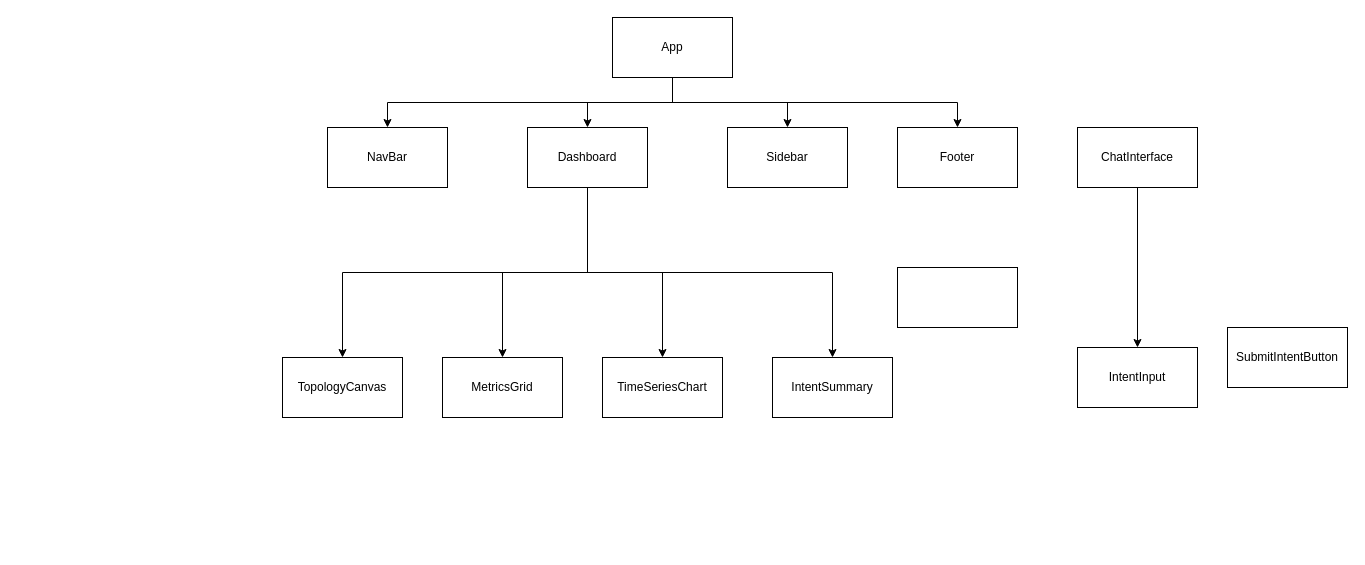
Earlier version of the draw.io diagram diagram/fyp-frontend-design.drawio (THenryInGH/FYP). Source tidied: cells renumbered, new cells numbered last; positions are measured from the earlier drawing's top-left corner, leaving out a move shared by most shapes. Both pictures are drawn from the tidied source at 100%, with x=0, y=0 at pixel (282, 17).
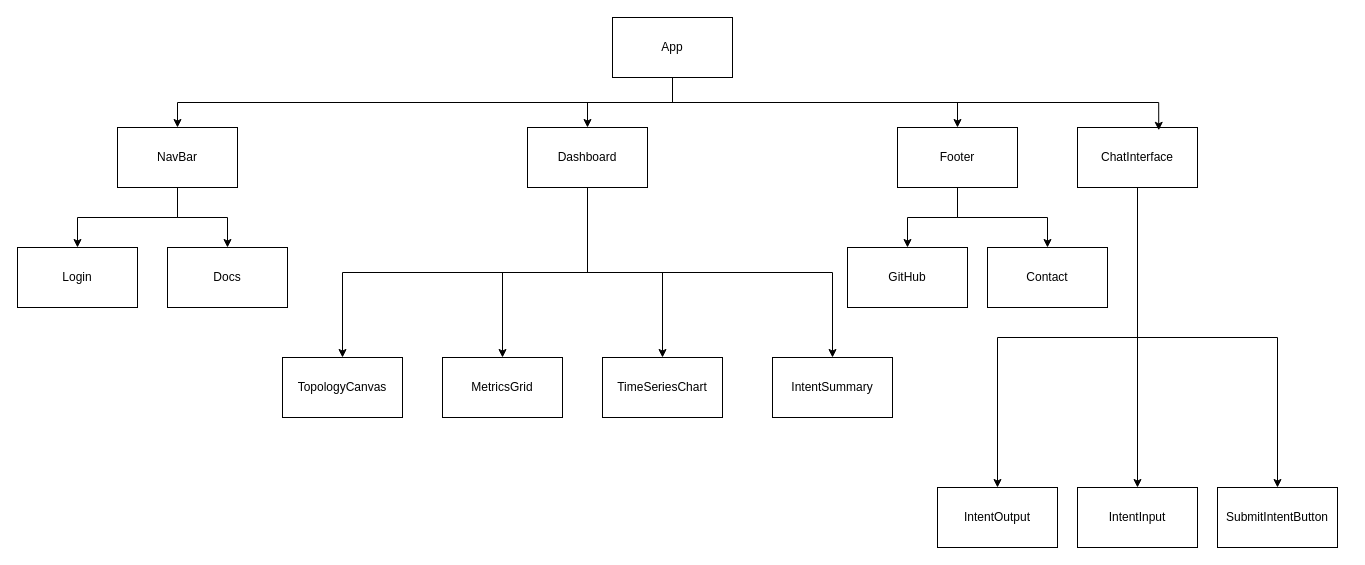
The same diagram, later.

The change refers to these unchanged cells:
```xml
<mxCell id="6" value="App" style="rounded=0;whiteSpace=wrap;html=1;" parent="1" vertex="1">
  <mxGeometry x="330" width="120" height="60" as="geometry" />
</mxCell>
<mxCell id="9" value="Footer" style="whiteSpace=wrap;html=1;" parent="1" vertex="1">
  <mxGeometry x="615" y="110" width="120" height="60" as="geometry" />
</mxCell>
<mxCell id="20" value="ChatInterface" style="whiteSpace=wrap;html=1;" parent="1" vertex="1">
  <mxGeometry x="795" y="110" width="120" height="60" as="geometry" />
</mxCell>
```

The edit, as a diff of the source:
```diff
@@
-    <mxCell id="2" style="edgeStyle=orthogonalEdgeStyle;rounded=0;jettySize=auto;html=1;" parent="1" edge="1" source="6" target="8">
-      <mxGeometry relative="1" as="geometry" />
-    </mxCell>
@@
+    <mxCell id="24" style="edgeStyle=orthogonalEdgeStyle;rounded=0;jettySize=auto;html=1;" parent="1" edge="1" source="7" target="33">
+      <mxGeometry relative="1" as="geometry" />
+    </mxCell>
     <mxCell id="7" value="NavBar" style="whiteSpace=wrap;html=1;" parent="1" vertex="1">
-      <mxGeometry x="45" y="110" width="120" height="60" as="geometry" />
+      <mxGeometry x="-165" y="110" width="120" height="60" as="geometry" />
     </mxCell>
-    <mxCell id="8" value="Sidebar" style="whiteSpace=wrap;html=1;" parent="1" vertex="1">
-      <mxGeometry x="445" y="110" width="120" height="60" as="geometry" />
-    </mxCell>
+    <mxCell id="25" style="edgeStyle=orthogonalEdgeStyle;rounded=0;jettySize=auto;html=1;entryX=0.5;entryY=0;entryDx=0;entryDy=0;" parent="1" edge="1" source="9" target="23">
+      <mxGeometry relative="1" as="geometry" />
+    </mxCell>
+    <mxCell id="26" style="edgeStyle=orthogonalEdgeStyle;rounded=0;jettySize=auto;html=1;exitX=0.5;exitY=1;exitDx=0;exitDy=0;entryX=0.5;entryY=0;entryDx=0;entryDy=0;" parent="1" edge="1" source="9" target="31">
+      <mxGeometry relative="1" as="geometry" />
+    </mxCell>
@@
+    <mxCell id="27" style="edgeStyle=orthogonalEdgeStyle;rounded=0;jettySize=auto;html=1;exitX=0.5;exitY=1;exitDx=0;exitDy=0;" parent="1" edge="1" source="20" target="22">
+      <mxGeometry relative="1" as="geometry" />
+    </mxCell>
+    <mxCell id="28" style="edgeStyle=orthogonalEdgeStyle;rounded=0;jettySize=auto;html=1;exitX=0.5;exitY=1;exitDx=0;exitDy=0;" parent="1" edge="1" source="20" target="34">
+      <mxGeometry relative="1" as="geometry" />
+    </mxCell>
@@
     <mxCell id="21" value="IntentInput" style="rounded=0;whiteSpace=wrap;html=1;" parent="1" vertex="1">
-      <mxGeometry x="795" y="330" width="120" height="60" as="geometry" />
+      <mxGeometry x="795" y="470" width="120" height="60" as="geometry" />
     </mxCell>
     <mxCell id="22" value="SubmitIntentButton" style="whiteSpace=wrap;html=1;" parent="1" vertex="1">
-      <mxGeometry x="945" y="310" width="120" height="60" as="geometry" />
+      <mxGeometry x="935" y="470" width="120" height="60" as="geometry" />
     </mxCell>
-    <mxCell id="23" style="whiteSpace=wrap;html=1;" parent="1" vertex="1">
-      <mxGeometry x="615" y="250" width="120" height="60" as="geometry" />
+    <mxCell id="23" value="Contact" style="whiteSpace=wrap;html=1;" parent="1" vertex="1">
+      <mxGeometry x="705" y="230" width="120" height="60" as="geometry" />
     </mxCell>
+    <mxCell id="29" style="edgeStyle=orthogonalEdgeStyle;rounded=0;jettySize=auto;html=1;exitX=0.5;exitY=1;exitDx=0;exitDy=0;entryX=0.677;entryY=0.047;entryDx=0;entryDy=0;entryPerimeter=0;" parent="1" edge="1" source="6" target="20">
+      <mxGeometry relative="1" as="geometry" />
+    </mxCell>
+    <mxCell id="30" value="Docs" style="rounded=0;whiteSpace=wrap;html=1;" parent="1" vertex="1">
+      <mxGeometry x="-115" y="230" width="120" height="60" as="geometry" />
+    </mxCell>
+    <mxCell id="31" value="GitHub" style="rounded=0;whiteSpace=wrap;html=1;" parent="1" vertex="1">
+      <mxGeometry x="565" y="230" width="120" height="60" as="geometry" />
+    </mxCell>
+    <mxCell id="32" style="edgeStyle=orthogonalEdgeStyle;rounded=0;jettySize=auto;html=1;entryX=0.5;entryY=0;entryDx=0;entryDy=0;" parent="1" edge="1" source="7" target="30">
+      <mxGeometry relative="1" as="geometry" />
+    </mxCell>
+    <mxCell id="33" value="Login" style="rounded=0;whiteSpace=wrap;html=1;" parent="1" vertex="1">
+      <mxGeometry x="-265" y="230" width="120" height="60" as="geometry" />
+    </mxCell>
+    <mxCell id="34" value="IntentOutput" style="rounded=0;whiteSpace=wrap;html=1;" parent="1" vertex="1">
+      <mxGeometry x="655" y="470" width="120" height="60" as="geometry" />
+    </mxCell>
```
